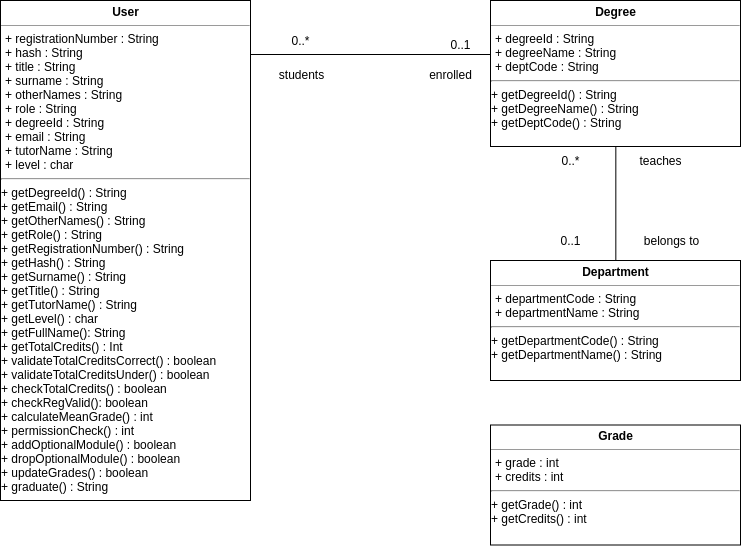
Before: ClassDiagram.png, a diagram exported from draw.io (rthandi/systemsProject). Source tidied: cells renumbered, new cells last; positions are measured from the earlier drawing's top-left corner, leaving out a move shared by most shapes.
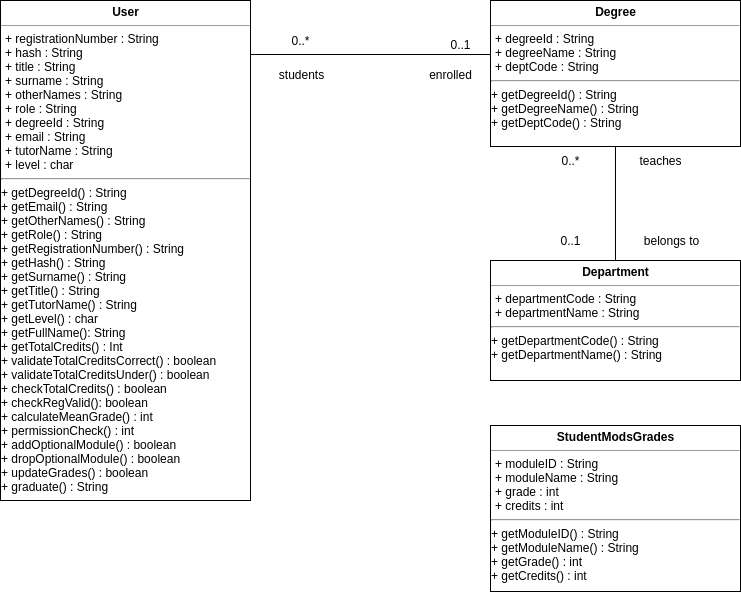
The same diagram one commit later.

Commit message:
updated grade class stuff.

What changed in the source:
```diff
@@ -57,8 +57,8 @@
         <mxGeometry x="630" y="230" width="80" height="20" as="geometry" />
       </mxCell>
     </object>
-    <mxCell id="15" value="&lt;p style=&quot;margin: 0px ; margin-top: 4px ; text-align: center&quot;&gt;&lt;b&gt;Grade&lt;/b&gt;&lt;/p&gt;&lt;hr size=&quot;1&quot; style=&quot;text-align: center&quot;&gt;&lt;p style=&quot;text-align: left ; margin: 0px 0px 0px 4px&quot;&gt;+ grade : int&lt;/p&gt;&lt;p style=&quot;text-align: left ; margin: 0px 0px 0px 4px&quot;&gt;+ credits : int&lt;/p&gt;&lt;hr&gt;&lt;p style=&quot;text-align: left ; margin: 0px 0px 0px 4px&quot;&gt;&lt;/p&gt;+ getGrade&lt;span&gt;() : int&amp;nbsp;&amp;nbsp;&lt;br&gt;+ getCredits&lt;/span&gt;&lt;span&gt;(&lt;/span&gt;&lt;span&gt;)&amp;nbsp;&lt;/span&gt;: int&lt;span&gt;&lt;br&gt;&lt;/span&gt;&lt;span&gt;&lt;br&gt;&lt;/span&gt;" style="verticalAlign=top;align=left;overflow=fill;fontSize=12;fontFamily=Helvetica;html=1;" parent="1" vertex="1">
-      <mxGeometry x="490" y="424.5" width="250" height="120" as="geometry" />
+    <mxCell id="15" value="&lt;p style=&quot;margin: 0px ; margin-top: 4px ; text-align: center&quot;&gt;&lt;b&gt;StudentModsGrades&lt;/b&gt;&lt;/p&gt;&lt;hr size=&quot;1&quot; style=&quot;text-align: center&quot;&gt;&lt;p style=&quot;text-align: left ; margin: 0px 0px 0px 4px&quot;&gt;+ moduleID : String&lt;/p&gt;&lt;p style=&quot;text-align: left ; margin: 0px 0px 0px 4px&quot;&gt;+ moduleName : String&lt;/p&gt;&lt;p style=&quot;text-align: left ; margin: 0px 0px 0px 4px&quot;&gt;+ grade : int&lt;/p&gt;&lt;p style=&quot;text-align: left ; margin: 0px 0px 0px 4px&quot;&gt;+ credits : int&lt;/p&gt;&lt;hr&gt;&lt;p style=&quot;text-align: left ; margin: 0px 0px 0px 4px&quot;&gt;&lt;/p&gt;+ getModuleID() : String&lt;br&gt;+ getModuleName() : String&lt;br&gt;+ getGrade&lt;span&gt;() : int&amp;nbsp;&amp;nbsp;&lt;br&gt;+ getCredits&lt;/span&gt;&lt;span&gt;(&lt;/span&gt;&lt;span&gt;)&amp;nbsp;&lt;/span&gt;: int&lt;span&gt;&lt;br&gt;&lt;/span&gt;&lt;span&gt;&lt;br&gt;&lt;/span&gt;" style="verticalAlign=top;align=left;overflow=fill;fontSize=12;fontFamily=Helvetica;html=1;" parent="1" vertex="1">
+      <mxGeometry x="490" y="425" width="250" height="166" as="geometry" />
     </mxCell>
   </root>
 </mxGraphModel>
```
